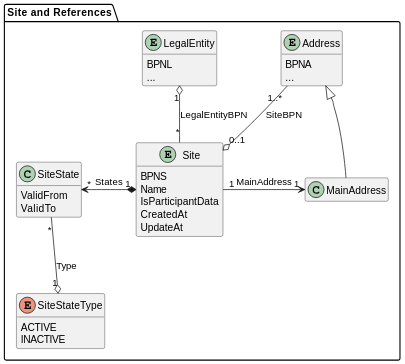
catenax-eV/catenax-ev.github.io keeps this PlantUML diagram as docs/standards/CX-0012-BusinessPartnerDataPoolAPI/assets/diagrams/class/site.svg. Above is the earlier version.
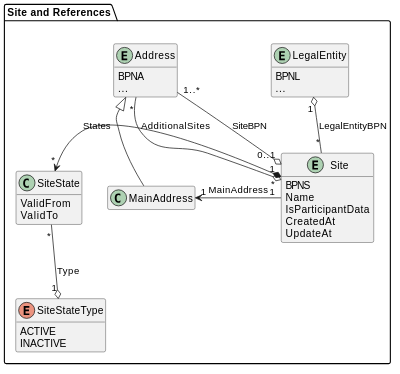
Above is the later version.

Change to the diagram source:
```diff
@@ -37,6 +37,7 @@
 
   Site "*" -u-o "1" LegalEntity : LegalEntityBPN
   Address "1..*" -d-o "0..1" Site: SiteBPN
+  Address "*" -d-o "*" Site : AdditionalSites
 
   Site "1" *-l-> "*" SiteState : States
   SiteState "*" -d-o "1" SiteStateType : Type
```
